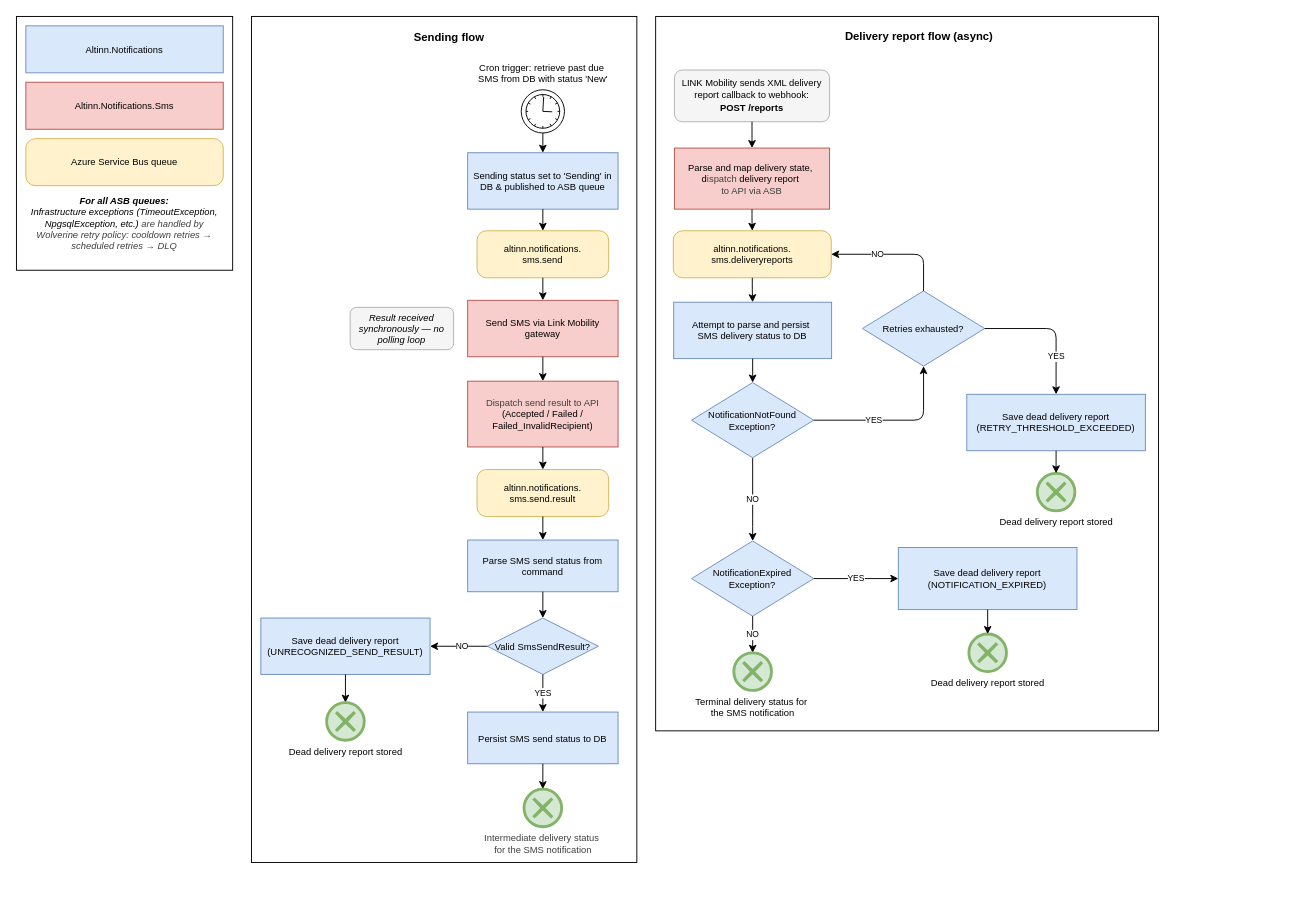
Above: docs/architecture/diagrams/flowchart-sms-notifications-process.drawio in Altinn/altinn-notifications (draw.io), before the change. Source tidied: cells renumbered, new cells numbered last; positions are measured from the earlier drawing's top-left corner, leaving out a move shared by most shapes. Both pictures are drawn from the tidied source at 94%, with x=0, y=0 at pixel (16, 16).
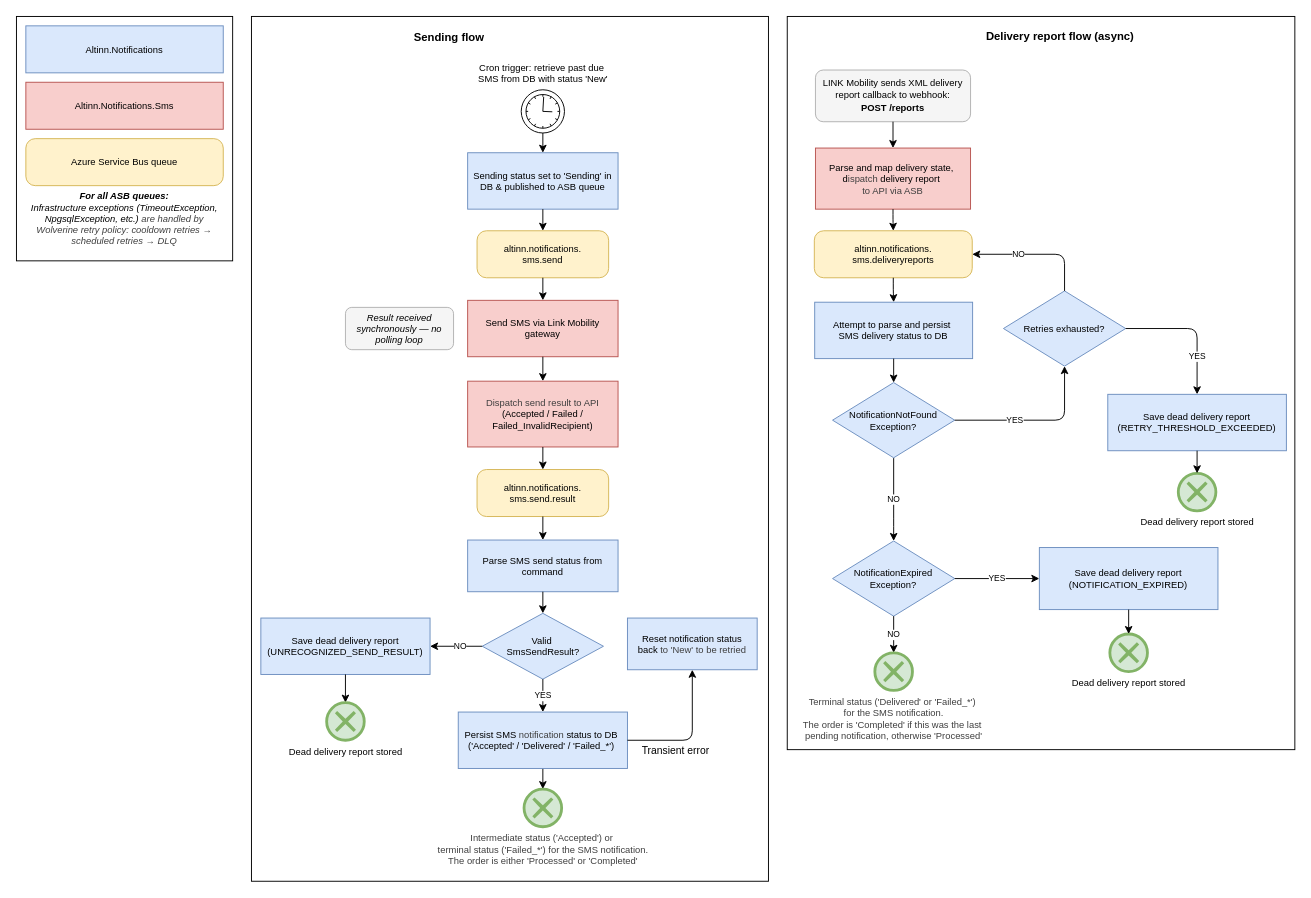
The same diagram, later.

Diff of the diagram source:
```diff
@@
     <mxCell id="2" style="rounded=0;whiteSpace=wrap;html=1;" parent="1" vertex="1">
-      <mxGeometry x="680" width="535" height="760" as="geometry" />
+      <mxGeometry x="820" width="540" height="780" as="geometry" />
     </mxCell>
     <mxCell id="3" style="rounded=0;whiteSpace=wrap;html=1;" parent="1" vertex="1">
-      <mxGeometry x="250" width="410" height="900" as="geometry" />
+      <mxGeometry x="250" width="550" height="920" as="geometry" />
     </mxCell>
     <mxCell id="4" style="rounded=0;whiteSpace=wrap;html=1;" parent="1" vertex="1">
-      <mxGeometry width="230" height="270" as="geometry" />
+      <mxGeometry width="230" height="260" as="geometry" />
     </mxCell>
@@
     <mxCell id="6" value="&lt;font style=&quot;font-size: 12px;&quot;&gt;Delivery report flow (async)&lt;/font&gt;" style="text;html=1;align=center;verticalAlign=middle;strokeColor=none;fillColor=none;fontSize=11;fontStyle=1;" parent="1" vertex="1">
-      <mxGeometry x="850" y="9" width="220" height="25" as="geometry" />
+      <mxGeometry x="1000" y="9" width="220" height="25" as="geometry" />
     </mxCell>
@@
     <mxCell id="10" value="&lt;div&gt;&lt;font&gt;&lt;b&gt;For all ASB queues:&lt;/b&gt;&lt;/font&gt;&lt;/div&gt;&lt;font&gt;Infrastructure exceptions (TimeoutException, NpgsqlException, etc.)&amp;nbsp;&lt;/font&gt;&lt;span style=&quot;color: rgb(63, 63, 63); background-color: transparent;&quot;&gt;are handled by Wolverine retry policy:&amp;nbsp;&lt;/span&gt;&lt;span style=&quot;color: rgb(63, 63, 63); background-color: transparent;&quot;&gt;cooldown retries → scheduled retries → DLQ&lt;/span&gt;" style="rounded=1;whiteSpace=wrap;html=1;fontSize=10;fontStyle=2;strokeColor=none;" parent="1" vertex="1">
-      <mxGeometry x="10" y="180" width="210" height="80" as="geometry" />
+      <mxGeometry x="10" y="180" width="210" height="70" as="geometry" />
     </mxCell>
@@
     <mxCell id="19" value="&lt;font style=&quot;font-size: 10px;&quot;&gt;Result received synchronously — no polling loop&lt;/font&gt;" style="rounded=1;whiteSpace=wrap;html=1;fillColor=#f5f5f5;strokeColor=#b0b0b0;fontSize=9;fontStyle=2;" parent="1" vertex="1">
-      <mxGeometry x="355" y="309.5" width="110" height="45" as="geometry" />
+      <mxGeometry x="350" y="309.5" width="115" height="45" as="geometry" />
     </mxCell>
@@
-    <mxCell id="27" value="Valid SmsSendResult?" style="rhombus;whiteSpace=wrap;html=1;fontSize=10;fillColor=#dae8fc;strokeColor=#6c8ebf;" parent="1" vertex="1">
-      <mxGeometry x="501" y="640" width="118" height="60" as="geometry" />
+    <mxCell id="27" value="Valid&amp;nbsp;&lt;div&gt;SmsSendResult?&lt;/div&gt;" style="rhombus;whiteSpace=wrap;html=1;fontSize=10;fillColor=#dae8fc;strokeColor=#6c8ebf;" parent="1" vertex="1">
+      <mxGeometry x="495.5" y="635" width="129" height="70" as="geometry" />
     </mxCell>
-    <mxCell id="28" value="YES" style="edgeStyle=orthogonalEdgeStyle;html=1;exitX=0.5;exitY=1;exitDx=0;exitDy=0;fontSize=9;" parent="1" edge="1" source="27" target="29">
+    <mxCell id="28" value="YES" style="edgeStyle=orthogonalEdgeStyle;html=1;exitX=0.5;exitY=1;exitDx=0;exitDy=0;fontSize=9;entryX=0.5;entryY=0;entryDx=0;entryDy=0;" parent="1" edge="1" source="27" target="60">
       <mxGeometry relative="1" as="geometry" />
     </mxCell>
-    <mxCell id="29" value="&lt;font&gt;Persist SMS send status to DB&lt;/font&gt;" style="rounded=0;whiteSpace=wrap;html=1;fillColor=#dae8fc;strokeColor=#6c8ebf;fontSize=10;" parent="1" vertex="1">
-      <mxGeometry x="480" y="740" width="160" height="55" as="geometry" />
-    </mxCell>
-    <mxCell id="30" style="edgeStyle=orthogonalEdgeStyle;html=1;exitX=0.5;exitY=1;exitDx=0;exitDy=0;entryX=0.5;entryY=0;entryDx=0;entryDy=0;entryPerimeter=0;" parent="1" edge="1" source="29" target="31">
+    <mxCell id="30" style="edgeStyle=orthogonalEdgeStyle;html=1;exitX=0.5;exitY=1;exitDx=0;exitDy=0;entryX=0.5;entryY=0;entryDx=0;entryDy=0;entryPerimeter=0;" parent="1" edge="1" source="60" target="31">
       <mxGeometry relative="1" as="geometry" />
     </mxCell>
-    <mxCell id="31" value="&lt;font style=&quot;scrollbar-color: rgb(226, 226, 226) rgb(251, 251, 251); color: rgb(63, 63, 63);&quot;&gt;Intermediate delivery status&amp;nbsp;&lt;/font&gt;&lt;div style=&quot;color: rgb(63, 63, 63); scrollbar-color: rgb(226, 226, 226) rgb(251, 251, 251);&quot;&gt;&lt;font style=&quot;scrollbar-color: rgb(226, 226, 226) rgb(251, 251, 251); color: rgb(63, 63, 63);&quot;&gt;for&amp;nbsp;&lt;/font&gt;&lt;span style=&quot;color: rgb(63, 63, 63); scrollbar-color: rgb(226, 226, 226) rgb(251, 251, 251); background-color: light-dark(rgb(255, 255, 255), rgb(18, 18, 18));&quot;&gt;the SMS notification&lt;/span&gt;&lt;/div&gt;" style="points=[[0.145,0.145,0],[0.5,0,0],[0.855,0.145,0],[1,0.5,0],[0.855,0.855,0],[0.5,1,0],[0.145,0.855,0],[0,0.5,0]];shape=mxgraph.bpmn.event;html=1;verticalLabelPosition=bottom;labelBackgroundColor=#ffffff;verticalAlign=top;align=center;perimeter=ellipsePerimeter;outlineConnect=0;outline=end;symbol=cancel;fontSize=10;fillColor=#d5e8d4;strokeColor=#82b366;" parent="1" vertex="1">
+    <mxCell id="31" value="&lt;font style=&quot;scrollbar-color: rgb(226, 226, 226) rgb(251, 251, 251); color: rgb(63, 63, 63);&quot;&gt;Intermediate status ('Accepted') or&amp;nbsp;&lt;/font&gt;&lt;div style=&quot;color: rgb(63, 63, 63); scrollbar-color: rgb(226, 226, 226) rgb(251, 251, 251);&quot;&gt;&lt;font style=&quot;scrollbar-color: rgb(226, 226, 226) rgb(251, 251, 251); color: rgb(63, 63, 63);&quot;&gt;terminal status ('Failed_*') for &lt;/font&gt;&lt;span style=&quot;color: rgb(63, 63, 63); scrollbar-color: rgb(226, 226, 226) rgb(251, 251, 251); background-color: light-dark(rgb(255, 255, 255), rgb(18, 18, 18));&quot;&gt;the SMS notification.&lt;/span&gt;&lt;/div&gt;&lt;div style=&quot;color: rgb(63, 63, 63); scrollbar-color: rgb(226, 226, 226) rgb(251, 251, 251);&quot;&gt;&lt;span style=&quot;color: rgb(63, 63, 63); scrollbar-color: rgb(226, 226, 226) rgb(251, 251, 251); background-color: light-dark(rgb(255, 255, 255), rgb(18, 18, 18));&quot;&gt;The order is either 'Processed' or 'Completed'&lt;/span&gt;&lt;/div&gt;" style="points=[[0.145,0.145,0],[0.5,0,0],[0.855,0.145,0],[1,0.5,0],[0.855,0.855,0],[0.5,1,0],[0.145,0.855,0],[0,0.5,0]];shape=mxgraph.bpmn.event;html=1;verticalLabelPosition=bottom;labelBackgroundColor=#ffffff;verticalAlign=top;align=center;perimeter=ellipsePerimeter;outlineConnect=0;outline=end;symbol=cancel;fontSize=10;fillColor=#d5e8d4;strokeColor=#82b366;" parent="1" vertex="1">
       <mxGeometry x="540" y="822" width="40" height="40" as="geometry" />
     </mxCell>
@@
     <mxCell id="36" value="&lt;font&gt;LINK Mobility sends XML delivery report callback to webhook:&lt;/font&gt;&lt;div&gt;&lt;div&gt;&lt;font&gt;&lt;b style=&quot;line-height: 150%;&quot;&gt;POST /reports&lt;/b&gt;&lt;/font&gt;&lt;/div&gt;&lt;/div&gt;" style="rounded=1;whiteSpace=wrap;html=1;fillColor=#f5f5f5;strokeColor=#b0b0b0;fontSize=10;" parent="1" vertex="1">
-      <mxGeometry x="700" y="57" width="165" height="55" as="geometry" />
+      <mxGeometry x="850" y="57" width="165" height="55" as="geometry" />
     </mxCell>
@@
     <mxCell id="38" value="&lt;font&gt;Parse and map delivery state,&amp;nbsp;&lt;/font&gt;&lt;div&gt;&lt;font&gt;d&lt;/font&gt;&lt;span style=&quot;color: rgb(63, 63, 63);&quot;&gt;ispatch&lt;/span&gt;&lt;span style=&quot;background-color: transparent;&quot;&gt;&amp;nbsp;delivery report&amp;nbsp;&lt;/span&gt;&lt;/div&gt;&lt;div&gt;&lt;span style=&quot;color: rgb(63, 63, 63); background-color: transparent;&quot;&gt;to API&amp;nbsp;&lt;/span&gt;&lt;span style=&quot;color: rgb(63, 63, 63); background-color: transparent;&quot;&gt;via ASB&lt;/span&gt;&lt;/div&gt;" style="rounded=0;whiteSpace=wrap;html=1;fillColor=#f8cecc;strokeColor=#b85450;fontSize=10;" parent="1" vertex="1">
-      <mxGeometry x="700" y="140" width="165" height="65" as="geometry" />
+      <mxGeometry x="850" y="140" width="165" height="65" as="geometry" />
     </mxCell>
     <mxCell id="39" value="&lt;font&gt;altinn.notifications.&lt;/font&gt;&lt;div&gt;&lt;font&gt;sms.deliveryreports&lt;/font&gt;&lt;/div&gt;" style="rounded=1;whiteSpace=wrap;html=1;fillColor=#fff2cc;strokeColor=#d6b656;arcSize=20;fontSize=10;" parent="1" vertex="1">
-      <mxGeometry x="698.8" y="228" width="168" height="50" as="geometry" />
+      <mxGeometry x="848.8" y="228" width="168" height="50" as="geometry" />
     </mxCell>
@@
     <mxCell id="41" value="&lt;font&gt;Attempt to parse and persist&amp;nbsp;&lt;/font&gt;&lt;div&gt;&lt;font&gt;SMS delivery status to DB&lt;/font&gt;&lt;/div&gt;" style="rounded=0;whiteSpace=wrap;html=1;fillColor=#dae8fc;strokeColor=#6c8ebf;fontSize=10;" parent="1" vertex="1">
-      <mxGeometry x="699.2" y="304" width="168" height="60" as="geometry" />
+      <mxGeometry x="849.2" y="304" width="168" height="60" as="geometry" />
     </mxCell>
@@
     <mxCell id="43" value="&lt;font&gt;NotificationExpired&lt;/font&gt;&lt;div&gt;&lt;font&gt;Exception?&lt;/font&gt;&lt;/div&gt;" style="rhombus;whiteSpace=wrap;html=1;fontSize=10;fillColor=#dae8fc;strokeColor=#6c8ebf;" parent="1" vertex="1">
-      <mxGeometry x="718.2" y="558" width="130" height="80" as="geometry" />
+      <mxGeometry x="868.2" y="558" width="130" height="80" as="geometry" />
     </mxCell>
@@
     <mxCell id="45" value="NO" style="edgeStyle=orthogonalEdgeStyle;html=1;fontSize=9;exitX=0.5;exitY=1;exitDx=0;exitDy=0;entryX=0.5;entryY=0;entryDx=0;entryDy=0;" parent="1" edge="1" source="49" target="43">
       <mxGeometry relative="1" as="geometry">
         <Array as="points">
-          <mxPoint x="783.2" y="534" />
-          <mxPoint x="783.2" y="534" />
+          <mxPoint x="933.2" y="534" />
+          <mxPoint x="933.2" y="534" />
         </Array>
       </mxGeometry>
     </mxCell>
     <mxCell id="46" value="&lt;font&gt;Save dead delivery report&lt;/font&gt;&lt;div&gt;&lt;font&gt;(NOTIFICATION_EXPIRED)&lt;/font&gt;&lt;/div&gt;" style="rounded=0;whiteSpace=wrap;html=1;fillColor=#dae8fc;strokeColor=#6c8ebf;fontSize=10;" parent="1" vertex="1">
-      <mxGeometry x="938.2" y="565" width="190" height="66" as="geometry" />
+      <mxGeometry x="1088.2" y="565" width="190" height="66" as="geometry" />
     </mxCell>
     <mxCell id="47" value="&lt;font&gt;Dead delivery report stored&lt;/font&gt;" style="points=[[0.145,0.145,0],[0.5,0,0],[0.855,0.145,0],[1,0.5,0],[0.855,0.855,0],[0.5,1,0],[0.145,0.855,0],[0,0.5,0]];shape=mxgraph.bpmn.event;html=1;verticalLabelPosition=bottom;labelBackgroundColor=#ffffff;verticalAlign=top;align=center;perimeter=ellipsePerimeter;outlineConnect=0;outline=end;symbol=cancel;fillColor=#d5e8d4;strokeColor=#82b366;fontSize=10;" parent="1" vertex="1">
-      <mxGeometry x="1013.2" y="657" width="40" height="40" as="geometry" />
+      <mxGeometry x="1163.2" y="657" width="40" height="40" as="geometry" />
     </mxCell>
@@
     <mxCell id="49" value="&lt;font&gt;NotificationNotFound&lt;/font&gt;&lt;div&gt;&lt;font&gt;Exception?&lt;/font&gt;&lt;/div&gt;" style="rhombus;whiteSpace=wrap;html=1;fontSize=10;fillColor=#dae8fc;strokeColor=#6c8ebf;" parent="1" vertex="1">
-      <mxGeometry x="718.2" y="389.5" width="130" height="80" as="geometry" />
+      <mxGeometry x="868.2" y="389.5" width="130" height="80" as="geometry" />
     </mxCell>
@@
     <mxCell id="52" value="&lt;font&gt;Retries exhausted?&lt;/font&gt;" style="rhombus;whiteSpace=wrap;html=1;fontSize=10;fillColor=#dae8fc;strokeColor=#6c8ebf;" parent="1" vertex="1">
-      <mxGeometry x="900" y="292" width="130" height="80" as="geometry" />
+      <mxGeometry x="1050" y="292" width="130" height="80" as="geometry" />
     </mxCell>
@@
     <mxCell id="54" value="NO" style="edgeStyle=orthogonalEdgeStyle;html=1;exitX=0.5;exitY=0;exitDx=0;exitDy=0;entryX=1;entryY=0.5;entryDx=0;entryDy=0;fontSize=9;" parent="1" edge="1" source="52" target="39">
       <mxGeometry x="0.29" relative="1" as="geometry">
         <Array as="points">
-          <mxPoint x="965" y="253" />
+          <mxPoint x="1115" y="253" />
         </Array>
       </mxGeometry>
     </mxCell>
     <mxCell id="55" value="&lt;font&gt;Save dead delivery report&lt;/font&gt;&lt;div&gt;&lt;font&gt;(RETRY_THRESHOLD_EXCEEDED)&lt;/font&gt;&lt;/div&gt;" style="rounded=0;whiteSpace=wrap;html=1;fillColor=#dae8fc;strokeColor=#6c8ebf;fontSize=10;" parent="1" vertex="1">
-      <mxGeometry x="1011" y="402" width="190" height="60" as="geometry" />
+      <mxGeometry x="1161" y="402" width="190" height="60" as="geometry" />
     </mxCell>
     <mxCell id="56" value="&lt;font&gt;Dead delivery report stored&lt;/font&gt;" style="points=[[0.145,0.145,0],[0.5,0,0],[0.855,0.145,0],[1,0.5,0],[0.855,0.855,0],[0.5,1,0],[0.145,0.855,0],[0,0.5,0]];shape=mxgraph.bpmn.event;html=1;verticalLabelPosition=bottom;labelBackgroundColor=#ffffff;verticalAlign=top;align=center;perimeter=ellipsePerimeter;outlineConnect=0;outline=end;symbol=cancel;fillColor=#d5e8d4;strokeColor=#82b366;fontSize=10;" parent="1" vertex="1">
-      <mxGeometry x="1086" y="486" width="40" height="40" as="geometry" />
+      <mxGeometry x="1236" y="486" width="40" height="40" as="geometry" />
     </mxCell>
@@
-    <mxCell id="58" value="&lt;font&gt;Terminal delivery status for&amp;nbsp;&lt;/font&gt;&lt;div&gt;&lt;font&gt;the SMS notification&lt;/font&gt;&lt;/div&gt;" style="points=[[0.145,0.145,0],[0.5,0,0],[0.855,0.145,0],[1,0.5,0],[0.855,0.855,0],[0.5,1,0],[0.145,0.855,0],[0,0.5,0]];shape=mxgraph.bpmn.event;html=1;verticalLabelPosition=bottom;labelBackgroundColor=#ffffff;verticalAlign=top;align=center;perimeter=ellipsePerimeter;outlineConnect=0;outline=end;symbol=cancel;fillColor=#d5e8d4;strokeColor=#82b366;fontSize=10;" parent="1" vertex="1">
-      <mxGeometry x="763.2" y="677" width="40" height="40" as="geometry" />
+    <mxCell id="58" value="&lt;font style=&quot;color: rgb(63, 63, 63); scrollbar-color: rgb(226, 226, 226) rgb(251, 251, 251);&quot;&gt;Terminal status ('Delivered' or 'Failed_*'&lt;/font&gt;&lt;font style=&quot;scrollbar-color: rgb(226, 226, 226) rgb(251, 251, 251); background-color: light-dark(rgb(255, 255, 255), rgb(18, 18, 18)); color: rgb(63, 63, 63);&quot;&gt;)&amp;nbsp;&lt;/font&gt;&lt;div style=&quot;color: rgb(63, 63, 63); scrollbar-color: rgb(226, 226, 226) rgb(251, 251, 251);&quot;&gt;&lt;font style=&quot;scrollbar-color: rgb(226, 226, 226) rgb(251, 251, 251); background-color: light-dark(rgb(255, 255, 255), rgb(18, 18, 18)); color: rgb(63, 63, 63);&quot;&gt;for the SMS&amp;nbsp;&lt;/font&gt;&lt;span style=&quot;scrollbar-color: rgb(226, 226, 226) rgb(251, 251, 251); background-color: light-dark(rgb(255, 255, 255), rgb(18, 18, 18)); color: rgb(63, 63, 63);&quot;&gt;notification.&lt;/span&gt;&lt;div style=&quot;color: rgb(63, 63, 63); scrollbar-color: rgb(226, 226, 226) rgb(251, 251, 251);&quot;&gt;&lt;span style=&quot;scrollbar-color: rgb(226, 226, 226) rgb(251, 251, 251); background-color: light-dark(rgb(255, 255, 255), rgb(18, 18, 18)); color: rgb(63, 63, 63);&quot;&gt;The order is 'Completed' if this was the last&amp;nbsp;&lt;/span&gt;&lt;/div&gt;&lt;div style=&quot;color: rgb(63, 63, 63); scrollbar-color: rgb(226, 226, 226) rgb(251, 251, 251);&quot;&gt;&lt;font style=&quot;color: rgb(63, 63, 63); scrollbar-color: rgb(226, 226, 226) rgb(251, 251, 251);&quot;&gt;pending notification, otherwise 'Processed'&lt;/font&gt;&lt;/div&gt;&lt;/div&gt;" style="points=[[0.145,0.145,0],[0.5,0,0],[0.855,0.145,0],[1,0.5,0],[0.855,0.855,0],[0.5,1,0],[0.145,0.855,0],[0,0.5,0]];shape=mxgraph.bpmn.event;html=1;verticalLabelPosition=bottom;labelBackgroundColor=#ffffff;verticalAlign=top;align=center;perimeter=ellipsePerimeter;outlineConnect=0;outline=end;symbol=cancel;fillColor=#d5e8d4;strokeColor=#82b366;fontSize=10;" parent="1" vertex="1">
+      <mxGeometry x="913.2" y="677" width="40" height="40" as="geometry" />
     </mxCell>
@@
+    <mxCell id="60" value="&lt;font&gt;Persist SMS&lt;/font&gt;&lt;span style=&quot;color: rgb(63, 63, 63); background-color: transparent;&quot;&gt;&amp;nbsp;notification&amp;nbsp;&lt;/span&gt;&lt;span style=&quot;background-color: transparent;&quot;&gt;status to DB&amp;nbsp;&lt;/span&gt;&lt;div&gt;&lt;span style=&quot;background-color: transparent;&quot;&gt;('Accepted' / 'Delivered' / 'Failed_*')&amp;nbsp;&lt;/span&gt;&lt;/div&gt;" style="rounded=0;whiteSpace=wrap;html=1;fillColor=#dae8fc;strokeColor=#6c8ebf;fontSize=10;" parent="1" vertex="1">
+      <mxGeometry x="470" y="740" width="180" height="60" as="geometry" />
+    </mxCell>
+    <mxCell id="61" value="Reset notification status&lt;div&gt;back&amp;nbsp;&lt;span style=&quot;color: rgb(63, 63, 63); background-color: transparent;&quot;&gt;to&amp;nbsp;&lt;/span&gt;&lt;span style=&quot;background-color: transparent; color: rgb(63, 63, 63);&quot;&gt;'New' to be retried&lt;/span&gt;&lt;/div&gt;" style="rounded=0;whiteSpace=wrap;html=1;fillColor=#dae8fc;strokeColor=#6c8ebf;fontSize=10;" parent="1" vertex="1">
+      <mxGeometry x="650" y="640" width="138" height="55" as="geometry" />
+    </mxCell>
+    <mxCell id="62" style="edgeStyle=orthogonalEdgeStyle;html=1;fontSize=9;entryX=0.5;entryY=1;entryDx=0;entryDy=0;exitX=1;exitY=0.5;exitDx=0;exitDy=0;" parent="1" edge="1" source="60" target="61">
+      <mxGeometry x="0.17" relative="1" as="geometry">
+        <Array as="points">
+          <mxPoint x="719" y="770" />
+        </Array>
+      </mxGeometry>
+    </mxCell>
+    <mxCell id="63" value="Transient error" style="edgeLabel;html=1;align=center;verticalAlign=middle;" parent="62" vertex="1">
+      <mxGeometry x="-0.24" y="1" relative="1" as="geometry">
+        <mxPoint x="-5" y="11" as="offset" />
+      </mxGeometry>
+    </mxCell>
```
